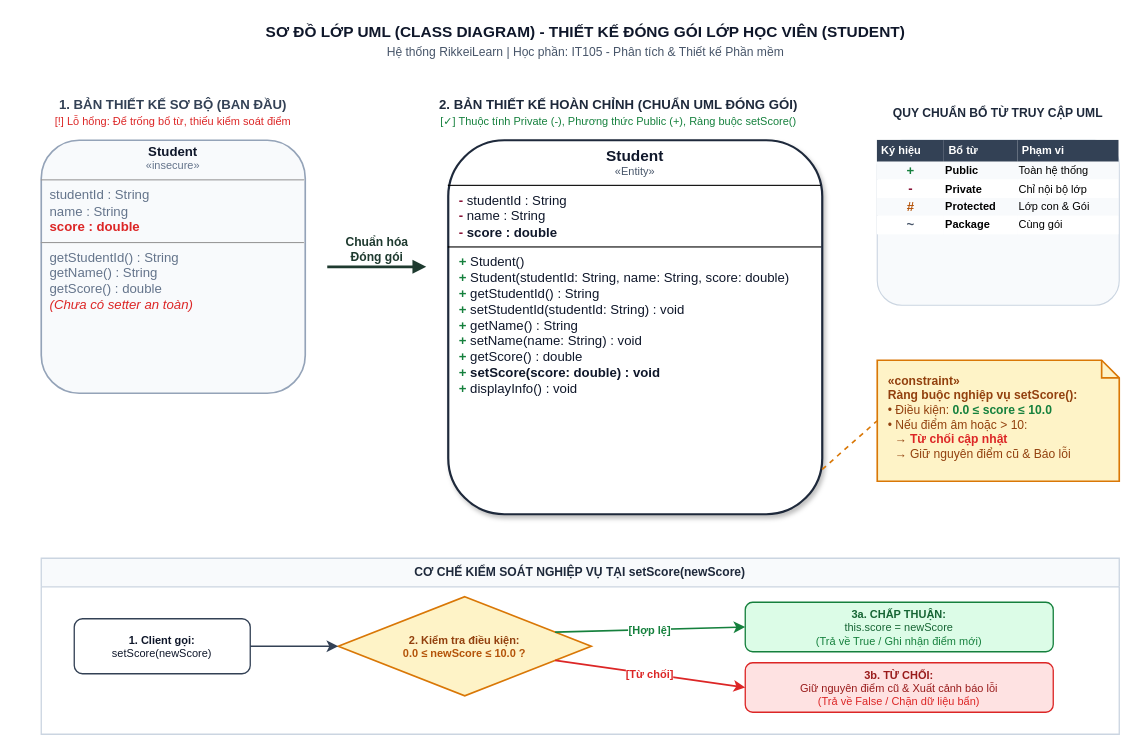
Above: class_diagram.drawio in tuankhn/bai1-ss07-it105 (draw.io), before the change. Source tidied: cells renumbered, new cells numbered last; positions are measured from the earlier drawing's top-left corner, leaving out a move shared by most shapes. Both pictures are drawn from the tidied source at 110%, with x=0, y=0 at pixel (19, 19).
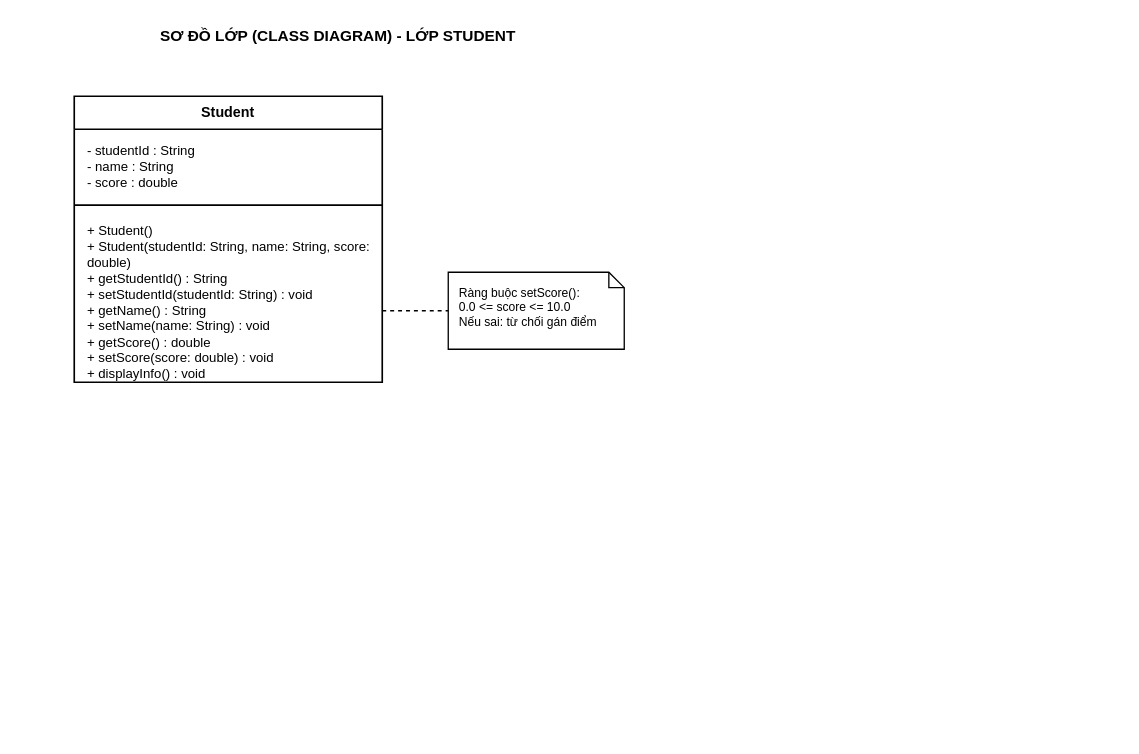
Above is the later version.

The edit, as a diff of the source:
```diff
@@
-    <mxCell id="2" value="&lt;b&gt;SƠ ĐỒ LỚP UML (CLASS DIAGRAM) - THIẾT KẾ ĐÓNG GÓI LỚP HỌC VIÊN (STUDENT)&lt;/b&gt;&lt;br&gt;&lt;font style=&quot;font-size: 11px;&quot; color=&quot;#475569&quot;&gt;Hệ thống RikkeiLearn | Học phần: IT105 - Phân tích &amp;amp; Thiết kế Phần mềm&lt;/font&gt;" style="text;html=1;strokeColor=none;fillColor=none;align=center;verticalAlign=middle;whiteSpace=wrap;rounded=0;fontSize=14;fontColor=#0F172A;" parent="1" vertex="1">
-      <mxGeometry x="90" width="850" height="40" as="geometry" />
+    <mxCell id="2" value="SƠ ĐỒ LỚP (CLASS DIAGRAM) - LỚP STUDENT" style="text;html=1;strokeColor=none;fillColor=none;align=center;verticalAlign=middle;whiteSpace=wrap;rounded=0;fontSize=14;fontStyle=1;fontColor=#000000;" parent="1" vertex="1">
+      <mxGeometry x="90" width="400" height="30" as="geometry" />
     </mxCell>
-    <mxCell id="3" value="&lt;b&gt;1. BẢN THIẾT KẾ SƠ BỘ (BAN ĐẦU)&lt;/b&gt;&lt;br&gt;&lt;font color=&quot;#DC2626&quot; style=&quot;font-size: 10px;&quot;&gt;[!] Lỗ hổng: Để trống bổ từ, thiếu kiểm soát điểm&lt;/font&gt;" style="text;html=1;align=center;verticalAlign=middle;whiteSpace=wrap;rounded=0;fontColor=#334155;fontSize=12;" parent="1" vertex="1">
-      <mxGeometry y="70" width="280" height="30" as="geometry" />
-    </mxCell>
-    <mxCell id="4" value="&lt;p style=&quot;margin:0px;margin-top:4px;text-align:center;&quot;&gt;&lt;b&gt;Student&lt;/b&gt;&lt;/p&gt;&lt;p style=&quot;margin:0px;margin-bottom:4px;text-align:center;font-size:10px;color:#64748B;&quot;&gt;&amp;laquo;insecure&amp;raquo;&lt;/p&gt;&lt;hr size=&quot;1&quot;/&gt;&lt;p style=&quot;margin:0px;margin-left:8px;text-align:left;color:#64748B;&quot;&gt;studentId : String&lt;/p&gt;&lt;p style=&quot;margin:0px;margin-left:8px;text-align:left;color:#64748B;&quot;&gt;name : String&lt;/p&gt;&lt;p style=&quot;margin:0px;margin-left:8px;text-align:left;color:#DC2626;&quot;&gt;&lt;b&gt;score : double&lt;/b&gt;&lt;/p&gt;&lt;hr size=&quot;1&quot;/&gt;&lt;p style=&quot;margin:0px;margin-left:8px;text-align:left;color:#64748B;&quot;&gt;getStudentId() : String&lt;/p&gt;&lt;p style=&quot;margin:0px;margin-left:8px;text-align:left;color:#64748B;&quot;&gt;getName() : String&lt;/p&gt;&lt;p style=&quot;margin:0px;margin-left:8px;text-align:left;color:#64748B;&quot;&gt;getScore() : double&lt;/p&gt;&lt;p style=&quot;margin:0px;margin-left:8px;text-align:left;color:#DC2626;font-style:italic;&quot;&gt;(Chưa có setter an toàn)&lt;/p&gt;" style="verticalAlign=top;align=left;overflow=fill;fontSize=12;fontFamily=Helvetica;html=1;rounded=1;shadow=0;comic=0;labelBackgroundColor=none;strokeWidth=1.5;strokeColor=#94A3B8;fillColor=#F8FAFC;fontColor=#0F172A;" parent="1" vertex="1">
-      <mxGeometry x="20" y="110" width="240" height="230" as="geometry" />
-    </mxCell>
-    <mxCell id="5" value="&lt;b&gt;Chuẩn hóa&lt;br&gt;Đóng gói&lt;/b&gt;" style="html=1;verticalAlign=bottom;endArrow=block;rounded=0;strokeWidth=2.5;strokeColor=#1E3A2F;fontColor=#1E3A2F;fontSize=11;align=center;" parent="1" edge="1">
-      <mxGeometry relative="1" as="geometry">
-        <mxPoint x="280" y="225" as="sourcePoint" />
-        <mxPoint x="370" y="225" as="targetPoint" />
-      </mxGeometry>
-    </mxCell>
-    <mxCell id="6" value="&lt;b&gt;2. BẢN THIẾT KẾ HOÀN CHỈNH (CHUẨN UML ĐÓNG GÓI)&lt;/b&gt;&lt;br&gt;&lt;font color=&quot;#15803D&quot; style=&quot;font-size: 10px;&quot;&gt;[✓] Thuộc tính Private (-), Phương thức Public (+), Ràng buộc setScore()&lt;/font&gt;" style="text;html=1;align=center;verticalAlign=middle;whiteSpace=wrap;rounded=0;fontColor=#1E293B;fontSize=12;" parent="1" vertex="1">
-      <mxGeometry x="360" y="70" width="370" height="30" as="geometry" />
-    </mxCell>
-    <mxCell id="7" value="&lt;p style=&quot;margin:0px;margin-top:6px;text-align:center;&quot;&gt;&lt;b style=&quot;font-size:14px;&quot;&gt;Student&lt;/b&gt;&lt;/p&gt;&lt;p style=&quot;margin:0px;margin-bottom:6px;text-align:center;font-size:10px;color:#475569;&quot;&gt;&amp;laquo;Entity&amp;raquo;&lt;/p&gt;&lt;hr size=&quot;1&quot; style=&quot;border-color:#1E293B;&quot;/&gt;&lt;p style=&quot;margin:0px;margin-left:10px;text-align:left;&quot;&gt;&lt;font color=&quot;#881337&quot;&gt;&lt;b&gt;-&lt;/b&gt;&lt;/font&gt; studentId : String&lt;/p&gt;&lt;p style=&quot;margin:0px;margin-left:10px;text-align:left;&quot;&gt;&lt;font color=&quot;#881337&quot;&gt;&lt;b&gt;-&lt;/b&gt;&lt;/font&gt; name : String&lt;/p&gt;&lt;p style=&quot;margin:0px;margin-left:10px;text-align:left;&quot;&gt;&lt;font color=&quot;#881337&quot;&gt;&lt;b&gt;-&lt;/b&gt;&lt;/font&gt; &lt;b&gt;score : double&lt;/b&gt;&lt;/p&gt;&lt;hr size=&quot;1&quot; style=&quot;border-color:#1E293B;&quot;/&gt;&lt;p style=&quot;margin:0px;margin-left:10px;text-align:left;&quot;&gt;&lt;font color=&quot;#15803D&quot;&gt;&lt;b&gt;+&lt;/b&gt;&lt;/font&gt; Student()&lt;/p&gt;&lt;p style=&quot;margin:0px;margin-left:10px;text-align:left;&quot;&gt;&lt;font color=&quot;#15803D&quot;&gt;&lt;b&gt;+&lt;/b&gt;&lt;/font&gt; Student(studentId: String, name: String, score: double)&lt;/p&gt;&lt;p style=&quot;margin:0px;margin-left:10px;text-align:left;&quot;&gt;&lt;font color=&quot;#15803D&quot;&gt;&lt;b&gt;+&lt;/b&gt;&lt;/font&gt; getStudentId() : String&lt;/p&gt;&lt;p style=&quot;margin:0px;margin-left:10px;text-align:left;&quot;&gt;&lt;font color=&quot;#15803D&quot;&gt;&lt;b&gt;+&lt;/b&gt;&lt;/font&gt; setStudentId(studentId: String) : void&lt;/p&gt;&lt;p style=&quot;margin:0px;margin-left:10px;text-align:left;&quot;&gt;&lt;font color=&quot;#15803D&quot;&gt;&lt;b&gt;+&lt;/b&gt;&lt;/font&gt; getName() : String&lt;/p&gt;&lt;p style=&quot;margin:0px;margin-left:10px;text-align:left;&quot;&gt;&lt;font color=&quot;#15803D&quot;&gt;&lt;b&gt;+&lt;/b&gt;&lt;/font&gt; setName(name: String) : void&lt;/p&gt;&lt;p style=&quot;margin:0px;margin-left:10px;text-align:left;&quot;&gt;&lt;font color=&quot;#15803D&quot;&gt;&lt;b&gt;+&lt;/b&gt;&lt;/font&gt; getScore() : double&lt;/p&gt;&lt;p style=&quot;margin:0px;margin-left:10px;text-align:left;&quot;&gt;&lt;font color=&quot;#15803D&quot;&gt;&lt;b&gt;+&lt;/b&gt;&lt;/font&gt; &lt;b&gt;setScore(score: double) : void&lt;/b&gt;&lt;/p&gt;&lt;p style=&quot;margin:0px;margin-left:10px;text-align:left;&quot;&gt;&lt;font color=&quot;#15803D&quot;&gt;&lt;b&gt;+&lt;/b&gt;&lt;/font&gt; displayInfo() : void&lt;/p&gt;" style="verticalAlign=top;align=left;overflow=fill;fontSize=12;fontFamily=Helvetica;html=1;rounded=1;shadow=1;comic=0;labelBackgroundColor=none;strokeWidth=2;strokeColor=#1E293B;fillColor=#FFFFFF;fontColor=#0F172A;" parent="1" vertex="1">
-      <mxGeometry x="390" y="110" width="340" height="340" as="geometry" />
-    </mxCell>
-    <mxCell id="8" value="&lt;b&gt;&amp;laquo;constraint&amp;raquo;&lt;/b&gt;&lt;br&gt;&lt;b&gt;Ràng buộc nghiệp vụ setScore():&lt;/b&gt;&lt;br&gt;• Điều kiện: &lt;font color=&quot;#15803D&quot;&gt;&lt;b&gt;0.0 &amp;le; score &amp;le; 10.0&lt;/b&gt;&lt;/font&gt;&lt;br&gt;• Nếu điểm âm hoặc &amp;gt; 10:&lt;br&gt;&amp;nbsp;&amp;nbsp;&amp;rarr; &lt;font color=&quot;#DC2626&quot;&gt;&lt;b&gt;Từ chối cập nhật&lt;/b&gt;&lt;/font&gt;&lt;br&gt;&amp;nbsp;&amp;nbsp;&amp;rarr; Giữ nguyên điểm cũ &amp;amp; Báo lỗi" style="shape=note;whiteSpace=wrap;html=1;size=16;verticalAlign=top;align=left;spacingLeft=8;spacingTop=6;fillColor=#FEF3C7;strokeColor=#D97706;strokeWidth=1.5;fontColor=#92400E;fontSize=11;" parent="1" vertex="1">
-      <mxGeometry x="780" y="310" width="220" height="110" as="geometry" />
-    </mxCell>
-    <mxCell id="9" style="endArrow=none;dashed=1;html=1;rounded=0;strokeWidth=1.5;strokeColor=#D97706;exitX=1;exitY=0.88;exitDx=0;exitDy=0;entryX=0;entryY=0.5;entryDx=0;entryDy=0;" parent="1" edge="1" source="7" target="8">
-      <mxGeometry relative="1" as="geometry" />
-    </mxCell>
-    <mxCell id="10" value="&lt;b&gt;QUY CHUẨN BỔ TỪ TRUY CẬP UML&lt;/b&gt;" style="text;html=1;align=center;verticalAlign=middle;whiteSpace=wrap;rounded=0;fontColor=#1E293B;fontSize=11;" parent="1" vertex="1">
-      <mxGeometry x="780" y="70" width="220" height="30" as="geometry" />
-    </mxCell>
-    <mxCell id="11" value="&lt;table style=&quot;width:100%;font-size:10px;border-collapse:collapse;&quot;&gt;&lt;tr style=&quot;background:#334155;color:#ffffff;&quot;&gt;&lt;th style=&quot;padding:4px;&quot;&gt;Ký hiệu&lt;/th&gt;&lt;th style=&quot;padding:4px;&quot;&gt;Bổ từ&lt;/th&gt;&lt;th style=&quot;padding:4px;&quot;&gt;Phạm vi&lt;/th&gt;&lt;/tr&gt;&lt;tr style=&quot;background:#F8FAFC;&quot;&gt;&lt;td style=&quot;text-align:center;&quot;&gt;&lt;b style=&quot;color:#15803D;font-size:12px;&quot;&gt;+&lt;/b&gt;&lt;/td&gt;&lt;td&gt;&lt;b&gt;Public&lt;/b&gt;&lt;/td&gt;&lt;td&gt;Toàn hệ thống&lt;/td&gt;&lt;/tr&gt;&lt;tr style=&quot;background:#FFFFFF;&quot;&gt;&lt;td style=&quot;text-align:center;&quot;&gt;&lt;b style=&quot;color:#881337;font-size:12px;&quot;&gt;-&lt;/b&gt;&lt;/td&gt;&lt;td&gt;&lt;b&gt;Private&lt;/b&gt;&lt;/td&gt;&lt;td&gt;Chỉ nội bộ lớp&lt;/td&gt;&lt;/tr&gt;&lt;tr style=&quot;background:#F8FAFC;&quot;&gt;&lt;td style=&quot;text-align:center;&quot;&gt;&lt;b style=&quot;color:#B45309;font-size:12px;&quot;&gt;#&lt;/b&gt;&lt;/td&gt;&lt;td&gt;&lt;b&gt;Protected&lt;/b&gt;&lt;/td&gt;&lt;td&gt;Lớp con &amp;amp; Gói&lt;/td&gt;&lt;/tr&gt;&lt;tr style=&quot;background:#FFFFFF;&quot;&gt;&lt;td style=&quot;text-align:center;&quot;&gt;&lt;b style=&quot;color:#475569;font-size:12px;&quot;&gt;~&lt;/b&gt;&lt;/td&gt;&lt;td&gt;&lt;b&gt;Package&lt;/b&gt;&lt;/td&gt;&lt;td&gt;Cùng gói&lt;/td&gt;&lt;/tr&gt;&lt;/table&gt;" style="text;html=1;strokeColor=#CBD5E1;fillColor=#F8FAFC;overflow=fill;rounded=1;fontSize=10;" parent="1" vertex="1">
-      <mxGeometry x="780" y="110" width="220" height="150" as="geometry" />
-    </mxCell>
-    <mxCell id="12" value="&lt;b&gt;CƠ CHẾ KIỂM SOÁT NGHIỆP VỤ TẠI setScore(newScore)&lt;/b&gt;" style="swimlane;whiteSpace=wrap;html=1;fillColor=#F8FAFC;strokeColor=#CBD5E1;fontColor=#1E293B;startSize=26;strokeWidth=1.2;fontSize=11;" parent="1" vertex="1">
-      <mxGeometry x="20" y="490" width="980" height="160" as="geometry" />
-    </mxCell>
-    <mxCell id="13" value="&lt;b&gt;1. Client gọi:&lt;/b&gt;&lt;br&gt;setScore(newScore)" style="rounded=1;whiteSpace=wrap;html=1;fillColor=#FFFFFF;strokeColor=#334155;strokeWidth=1.2;fontSize=10;fontColor=#0F172A;" parent="12" vertex="1">
-      <mxGeometry x="30" y="55" width="160" height="50" as="geometry" />
-    </mxCell>
-    <mxCell id="14" value="&lt;b&gt;2. Kiểm tra điều kiện:&lt;/b&gt;&lt;br&gt;&lt;font color=&quot;#B45309&quot;&gt;&lt;b&gt;0.0 &amp;le; newScore &amp;le; 10.0 ?&lt;/b&gt;&lt;/font&gt;" style="rhombus;whiteSpace=wrap;html=1;fillColor=#FEF3C7;strokeColor=#D97706;strokeWidth=1.5;fontSize=10;fontColor=#92400E;" parent="12" vertex="1">
-      <mxGeometry x="270" y="35" width="230" height="90" as="geometry" />
-    </mxCell>
-    <mxCell id="15" style="endArrow=classic;html=1;rounded=0;strokeWidth=1.5;strokeColor=#334155;exitX=1;exitY=0.5;entryX=0;entryY=0.5;" parent="12" edge="1" source="13" target="14">
-      <mxGeometry relative="1" as="geometry" />
-    </mxCell>
-    <mxCell id="16" value="&lt;b&gt;3a. CHẤP THUẬN:&lt;/b&gt;&lt;br&gt;this.score = newScore&lt;br&gt;&lt;font color=&quot;#15803D&quot;&gt;(Trả về True / Ghi nhận điểm mới)&lt;/font&gt;" style="rounded=1;whiteSpace=wrap;html=1;fillColor=#DCFCE7;strokeColor=#15803D;strokeWidth=1.2;fontSize=10;fontColor=#166534;" parent="12" vertex="1">
-      <mxGeometry x="640" y="40" width="280" height="45" as="geometry" />
-    </mxCell>
-    <mxCell id="17" value="&lt;b&gt;3b. TỪ CHỐI:&lt;/b&gt;&lt;br&gt;Giữ nguyên điểm cũ &amp;amp; Xuất cảnh báo lỗi&lt;br&gt;&lt;font color=&quot;#DC2626&quot;&gt;(Trả về False / Chặn dữ liệu bẩn)&lt;/font&gt;" style="rounded=1;whiteSpace=wrap;html=1;fillColor=#FEE2E2;strokeColor=#DC2626;strokeWidth=1.2;fontSize=10;fontColor=#991B1B;" parent="12" vertex="1">
-      <mxGeometry x="640" y="95" width="280" height="45" as="geometry" />
-    </mxCell>
-    <mxCell id="18" value="[Hợp lệ]" style="endArrow=classic;html=1;rounded=0;strokeWidth=1.5;strokeColor=#15803D;exitX=1;exitY=0.3;entryX=0;entryY=0.5;fontColor=#15803D;fontStyle=1;fontSize=10;" parent="12" edge="1" source="14" target="16">
-      <mxGeometry relative="1" as="geometry" />
-    </mxCell>
-    <mxCell id="19" value="[Từ chối]" style="endArrow=classic;html=1;rounded=0;strokeWidth=1.5;strokeColor=#DC2626;exitX=1;exitY=0.7;entryX=0;entryY=0.5;fontColor=#DC2626;fontStyle=1;fontSize=10;" parent="12" edge="1" source="14" target="17">
-      <mxGeometry relative="1" as="geometry" />
-    </mxCell>
+    <mxCell id="20" value="Student" style="swimlane;fontStyle=1;align=center;verticalAlign=top;horizontal=1;startSize=30;whiteSpace=wrap;html=1;strokeColor=#000000;strokeWidth=1.5;fillColor=#ffffff;fontColor=#000000;fontSize=13;" parent="1" vertex="1">
+      <mxGeometry x="50" y="70" width="280" height="260" as="geometry" />
+    </mxCell>
+    <mxCell id="21" value="- studentId : String&#10;- name : String&#10;- score : double" style="text;strokeColor=none;fillColor=none;align=left;verticalAlign=top;spacingLeft=10;spacingTop=6;spacingRight=4;overflow=hidden;whiteSpace=wrap;html=1;fontSize=12;fontColor=#000000;" parent="20" vertex="1">
+      <mxGeometry y="30" width="280" height="65" as="geometry" />
+    </mxCell>
+    <mxCell id="22" style="line;strokeWidth=1.5;fillColor=none;align=left;verticalAlign=middle;spacingTop=-1;spacingLeft=3;spacingRight=3;labelPosition=right;strokeColor=#000000;" parent="20" vertex="1">
+      <mxGeometry y="95" width="280" height="8" as="geometry" />
+    </mxCell>
+    <mxCell id="23" value="+ Student()&#10;+ Student(studentId: String, name: String, score: double)&#10;+ getStudentId() : String&#10;+ setStudentId(studentId: String) : void&#10;+ getName() : String&#10;+ setName(name: String) : void&#10;+ getScore() : double&#10;+ setScore(score: double) : void&#10;+ displayInfo() : void" style="text;strokeColor=none;fillColor=none;align=left;verticalAlign=top;spacingLeft=10;spacingTop=6;spacingRight=4;overflow=hidden;whiteSpace=wrap;html=1;fontSize=12;fontColor=#000000;" parent="20" vertex="1">
+      <mxGeometry y="103" width="280" height="157" as="geometry" />
+    </mxCell>
+    <mxCell id="24" value="Ràng buộc setScore():&#10;0.0 &lt;= score &lt;= 10.0&#10;Nếu sai: từ chối gán điểm" style="shape=note;whiteSpace=wrap;html=1;size=14;verticalAlign=top;align=left;spacingLeft=8;spacingTop=6;fillColor=#ffffff;strokeColor=#000000;strokeWidth=1.2;fontColor=#000000;fontSize=11;" parent="1" vertex="1">
+      <mxGeometry x="390" y="230" width="160" height="70" as="geometry" />
+    </mxCell>
+    <mxCell id="25" style="endArrow=none;dashed=1;html=1;rounded=0;strokeWidth=1.2;strokeColor=#000000;entryX=0;entryY=0.5;entryDx=0;entryDy=0;" parent="1" edge="1" target="24">
+      <mxGeometry relative="1" as="geometry">
+        <mxPoint x="330" y="265" as="sourcePoint" />
+      </mxGeometry>
+    </mxCell>
```
